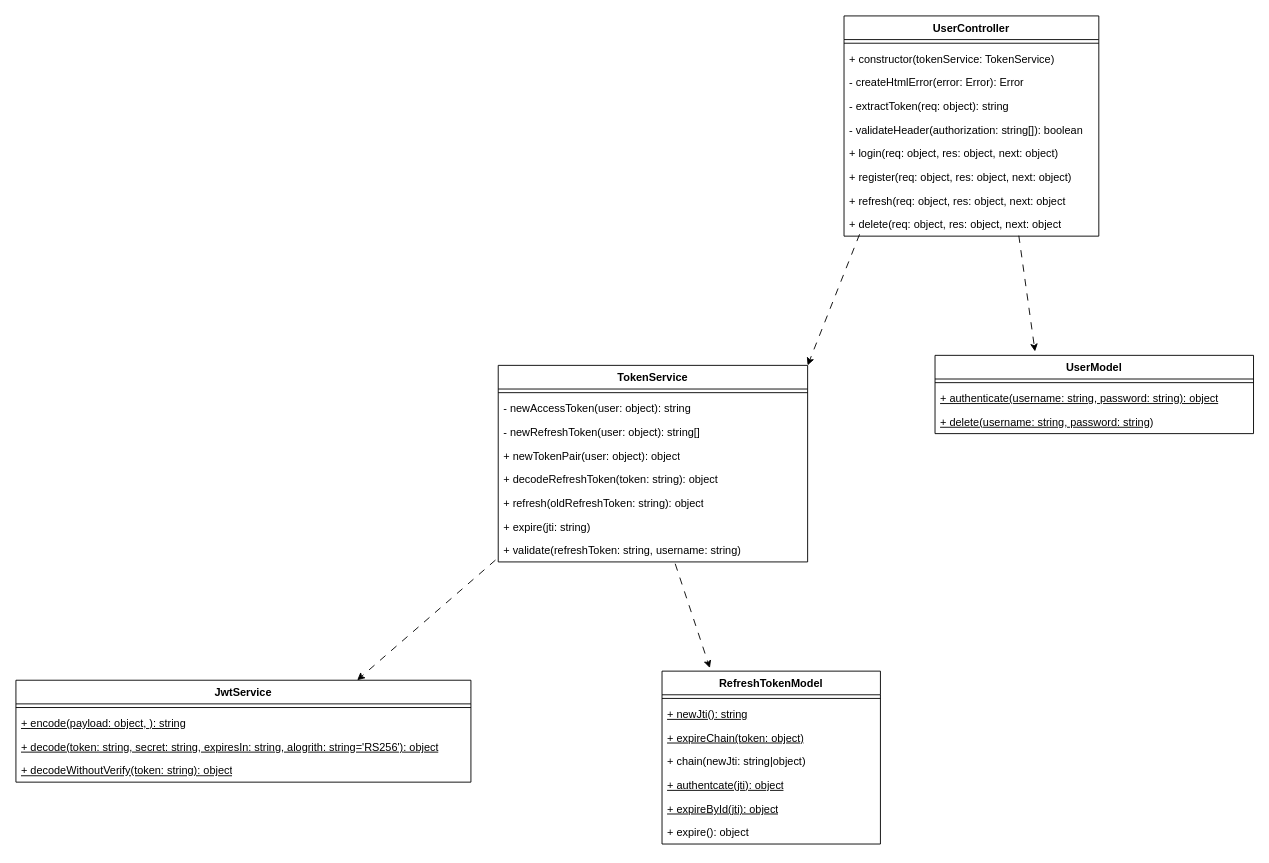
Before: .readme/class_diagram.drawio in JuliaLind/1dv613-auth-server, a draw.io diagram. Source tidied: cells renumbered, new cells numbered last; positions are measured from the earlier drawing's top-left corner, leaving out a move shared by most shapes. Both pictures are drawn from the tidied source at 91%, with x=0, y=0 at pixel (15, 15).
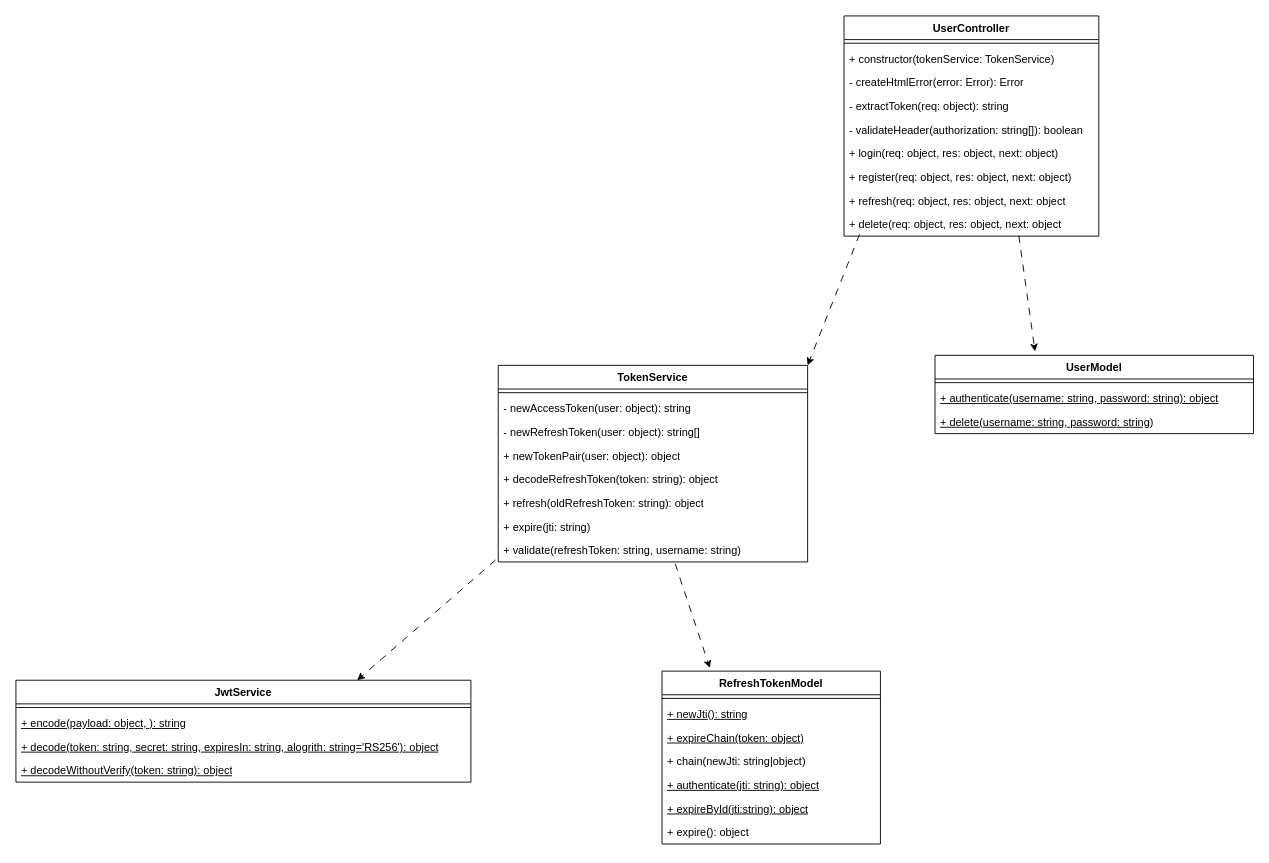
The same diagram, later.

Commit message (it also covers changes not shown here):
Add missing parameter type to class diagram

Unchanged cells that the change refers to:
```xml
<mxCell id="21" value="RefreshTokenModel" style="swimlane;fontStyle=1;align=center;verticalAlign=top;horizontal=1;startSize=26;whiteSpace=wrap;html=1;" parent="1" vertex="1">
  <mxGeometry x="710" y="720" width="240" height="190" as="geometry" />
</mxCell>
```

Diff of the diagram source:
```diff
@@
-    <mxCell id="26" value="+ authentcate(jti): object" style="text;strokeColor=none;fillColor=none;align=left;verticalAlign=top;spacingLeft=4;spacingRight=4;overflow=hidden;whiteSpace=wrap;html=1;fontStyle=4;" parent="21" vertex="1">
+    <mxCell id="26" value="+ authenticate(jti: string): object" style="text;strokeColor=none;fillColor=none;align=left;verticalAlign=top;spacingLeft=4;spacingRight=4;overflow=hidden;whiteSpace=wrap;html=1;fontStyle=4;" parent="21" vertex="1">
       <mxGeometry y="112" width="240" height="26" as="geometry" />
     </mxCell>
-    <mxCell id="27" value="+ expireById(jti): object" style="text;strokeColor=none;fillColor=none;align=left;verticalAlign=top;spacingLeft=4;spacingRight=4;overflow=hidden;whiteSpace=wrap;html=1;fontStyle=4;" parent="21" vertex="1">
+    <mxCell id="27" value="+ expireById(jti:string): object" style="text;strokeColor=none;fillColor=none;align=left;verticalAlign=top;spacingLeft=4;spacingRight=4;overflow=hidden;whiteSpace=wrap;html=1;fontStyle=4;" parent="21" vertex="1">
       <mxGeometry y="138" width="240" height="26" as="geometry" />
     </mxCell>
```
